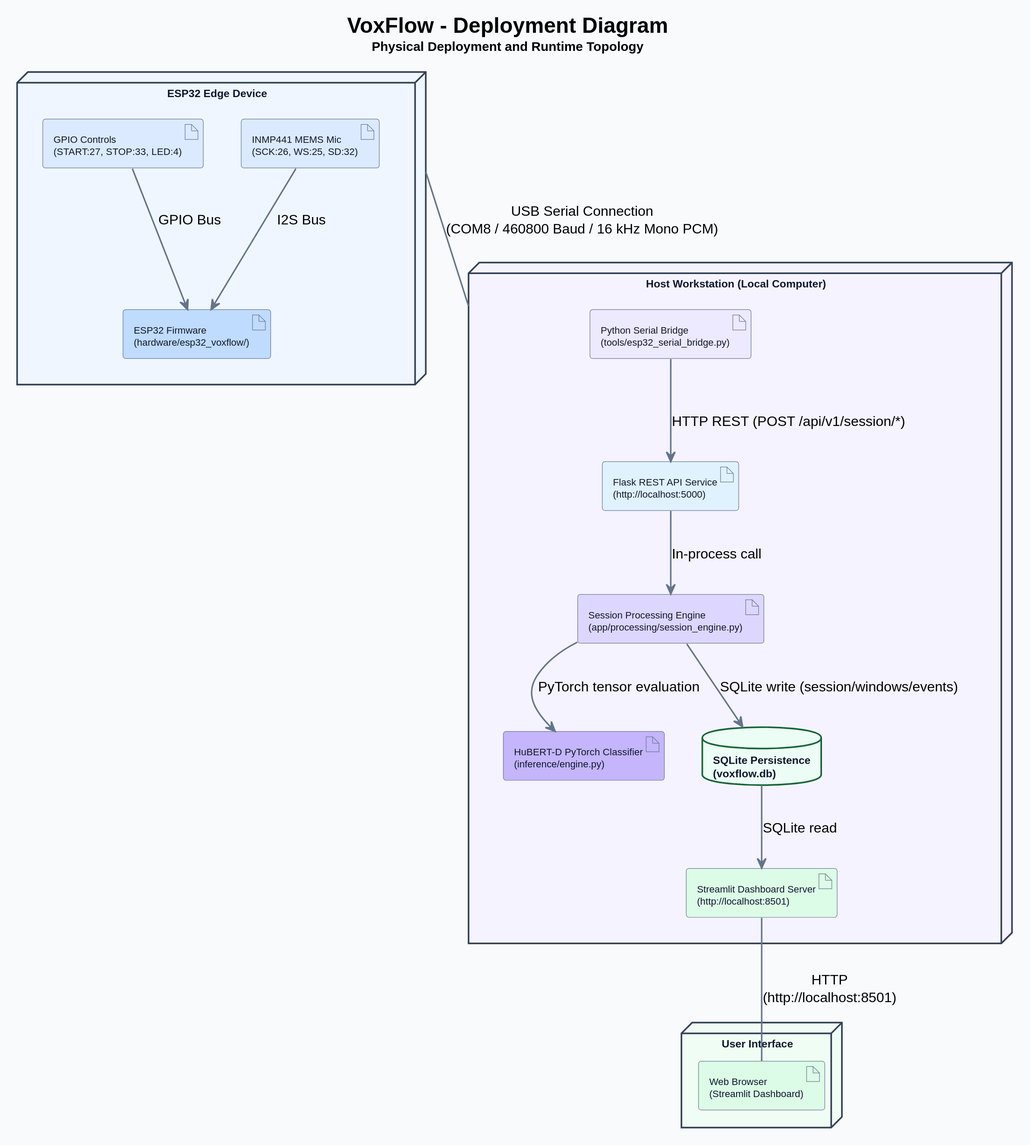
Before: VoxFlow_uml/VoxFlow_uml/png/uml/09_deployment.svg, a diagram exported from PlantUML (PetaSivaNandhanReddy/voxflow). Source of this version:
```plantuml
@startuml
title <size:20><b>VoxFlow - Deployment Diagram</b></size>\n<size:12>Physical Deployment and Runtime Topology</size>

skinparam backgroundColor #F8FAFC
skinparam shadowing false
skinparam dpi 170

skinparam node {
    BackgroundColor #FFFFFF
    BorderColor #334155
    BorderThickness 1.5
    FontColor #0F172A
    FontSize 10
    FontStyle bold
}

skinparam artifact {
    BackgroundColor #FFFFFF
    BorderColor #64748B
    FontColor #0F172A
    FontSize 9
}

skinparam database {
    BackgroundColor #ECFDF5
    BorderColor #166534
    BorderThickness 1.5
    FontColor #0F172A
    FontSize 10
    FontStyle bold
}

skinparam ArrowColor #64748B
skinparam ArrowThickness 1.4


node "ESP32 Edge Device" as Device #EFF6FF {
    artifact "INMP441 MEMS Mic\n(SCK:26, WS:25, SD:32)" as Mic #DBEAFE
    artifact "GPIO Controls\n(START:27, STOP:33, LED:4)" as Pins #DBEAFE
    artifact "ESP32 Firmware\n(hardware/esp32_voxflow/)" as Firmware #BFDBFE

    Mic --> Firmware : I2S Bus
    Pins --> Firmware : GPIO Bus
}


node "Host Workstation (Local Computer)" as Host #F5F3FF {

    artifact "Python Serial Bridge\n(tools/esp32_serial_bridge.py)" as Bridge #EDE9FE
    artifact "Flask REST API Service\n(http://localhost:5000)" as Flask #E0F2FE
    artifact "Session Processing Engine\n(app/processing/session_engine.py)" as Engine #DDD6FE
    artifact "HuBERT-D PyTorch Classifier\n(inference/engine.py)" as HuBERT #C4B5FD
    database "SQLite Persistence\n(voxflow.db)" as DB #ECFDF5
    artifact "Streamlit Dashboard Server\n(http://localhost:8501)" as Streamlit #DCFCE7

    Bridge --> Flask : HTTP REST (POST /api/v1/session/*)
    Flask --> Engine : In-process call
    Engine --> HuBERT : PyTorch tensor evaluation
    Engine --> DB : SQLite write (session/windows/events)
    DB --> Streamlit : SQLite read
}


node "User Interface" as Client #F0FDF4 {
    artifact "Web Browser\n(Streamlit Dashboard)" as Browser #DCFCE7
}


Device -- Host : USB Serial Connection\n(COM8 / 460800 Baud / 16 kHz Mono PCM)
Streamlit -- Browser : HTTP\n(http://localhost:8501)
@enduml
```
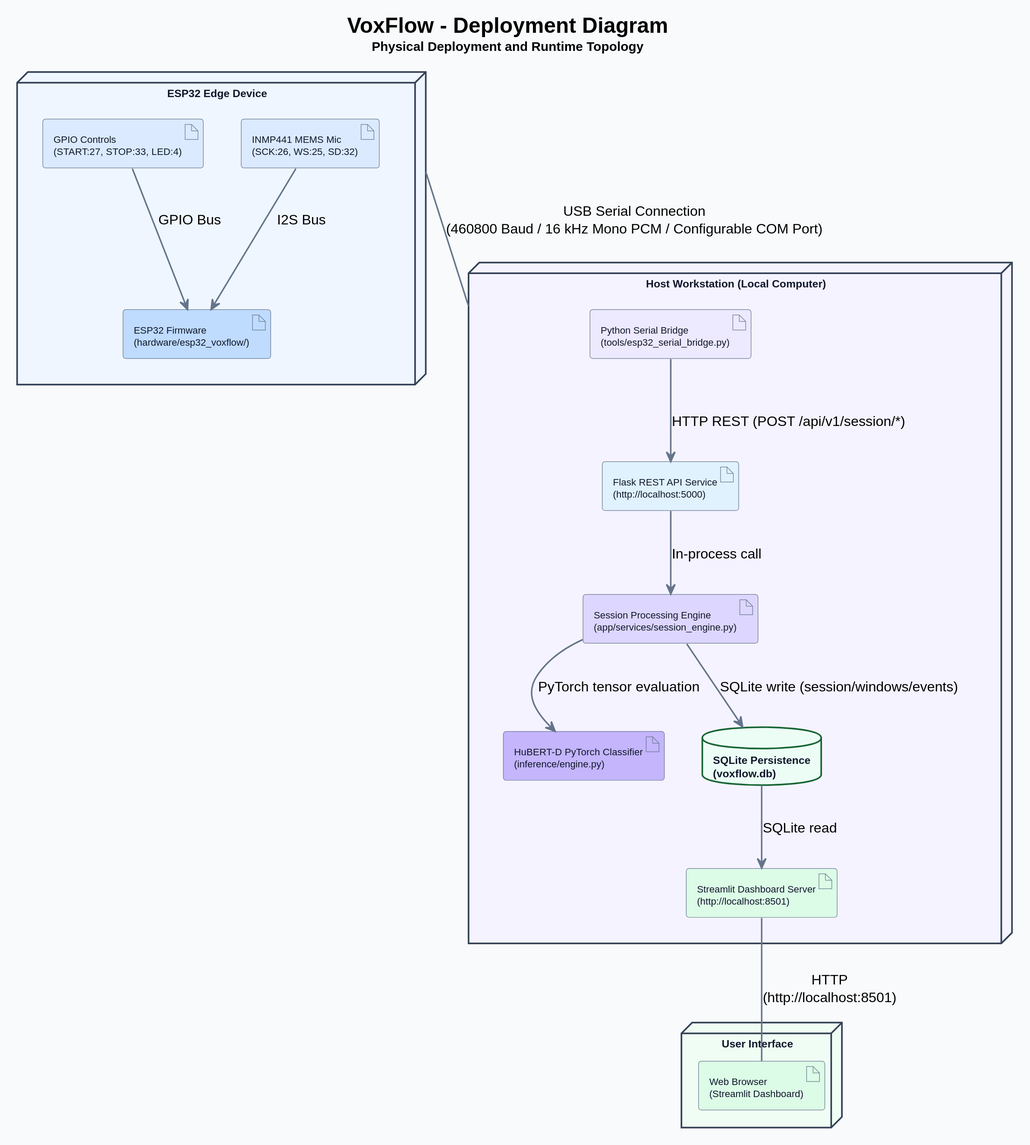
The same file after the commit.

Change to the diagram source:
```diff
@@ -48,7 +48,7 @@
 
     artifact "Python Serial Bridge\n(tools/esp32_serial_bridge.py)" as Bridge #EDE9FE
     artifact "Flask REST API Service\n(http://localhost:5000)" as Flask #E0F2FE
-    artifact "Session Processing Engine\n(app/processing/session_engine.py)" as Engine #DDD6FE
+    artifact "Session Processing Engine\n(app/services/session_engine.py)" as Engine #DDD6FE
     artifact "HuBERT-D PyTorch Classifier\n(inference/engine.py)" as HuBERT #C4B5FD
     database "SQLite Persistence\n(voxflow.db)" as DB #ECFDF5
     artifact "Streamlit Dashboard Server\n(http://localhost:8501)" as Streamlit #DCFCE7
@@ -66,6 +66,6 @@
 }
 
 
-Device -- Host : USB Serial Connection\n(COM8 / 460800 Baud / 16 kHz Mono PCM)
+Device -- Host : USB Serial Connection\n(460800 Baud / 16 kHz Mono PCM / Configurable COM Port)
 Streamlit -- Browser : HTTP\n(http://localhost:8501)
 @enduml
```
